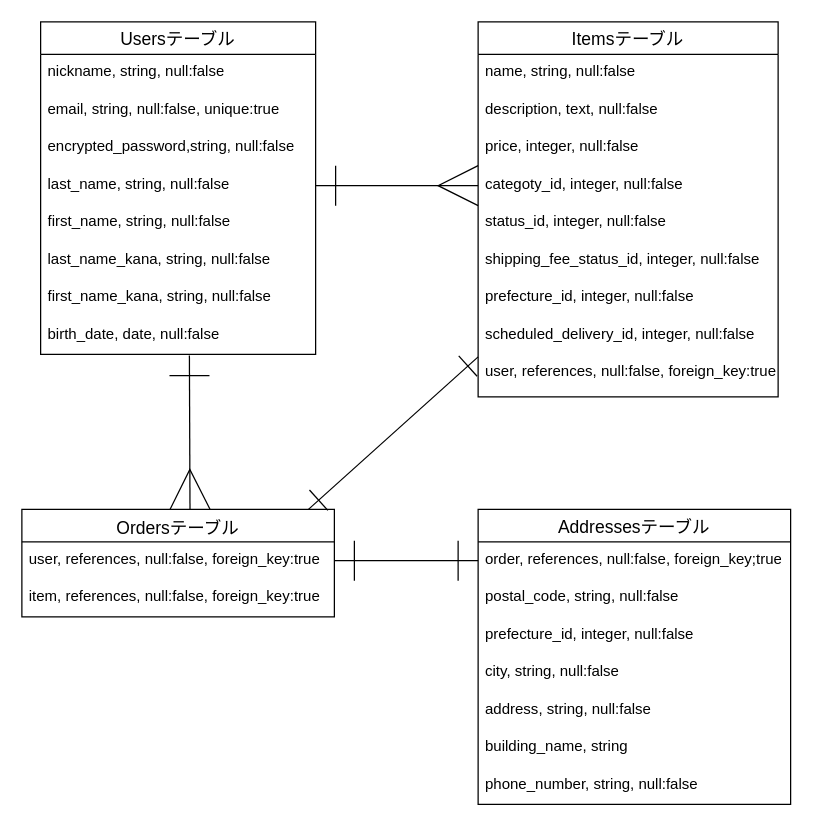
Earlier version of the draw.io diagram furima.dio (Nonpapa/furima-41919). Source tidied: cells renumbered, new cells numbered last; positions are measured from the earlier drawing's top-left corner, leaving out a move shared by most shapes. Both pictures are drawn from the tidied source at 125%, with x=0, y=0 at pixel (21, 21).
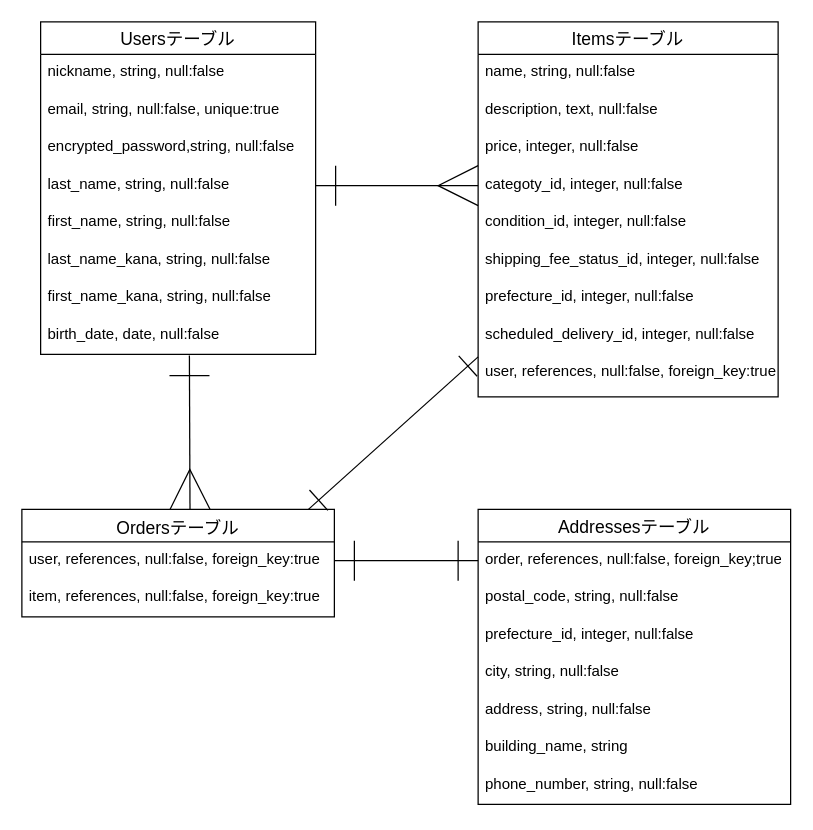
After the change.

Unchanged cells that the change refers to:
```xml
<mxCell id="13" value="Itemsテーブル" style="swimlane;fontStyle=0;horizontal=1;startSize=26;align=center;fontSize=14;" parent="1" vertex="1">
  <mxGeometry x="365" width="240" height="300" as="geometry" />
</mxCell>
```

What changed in the source:
```diff
@@
-    <mxCell id="18" value="status_id, integer,&amp;nbsp;&lt;span style=&quot;color: rgb(0, 0, 0);&quot;&gt;null:false&lt;/span&gt;" style="text;strokeColor=none;fillColor=none;spacingLeft=4;spacingRight=4;overflow=hidden;points=[[0,0.5],[1,0.5]];portConstraint=eastwest;fontSize=12;whiteSpace=wrap;html=1;" parent="13" vertex="1">
+    <mxCell id="18" value="condition_id, integer,&amp;nbsp;&lt;span style=&quot;color: rgb(0, 0, 0);&quot;&gt;null:false&lt;/span&gt;" style="text;strokeColor=none;fillColor=none;spacingLeft=4;spacingRight=4;overflow=hidden;points=[[0,0.5],[1,0.5]];portConstraint=eastwest;fontSize=12;whiteSpace=wrap;html=1;" parent="13" vertex="1">
       <mxGeometry y="146" width="240" height="30" as="geometry" />
     </mxCell>
```
